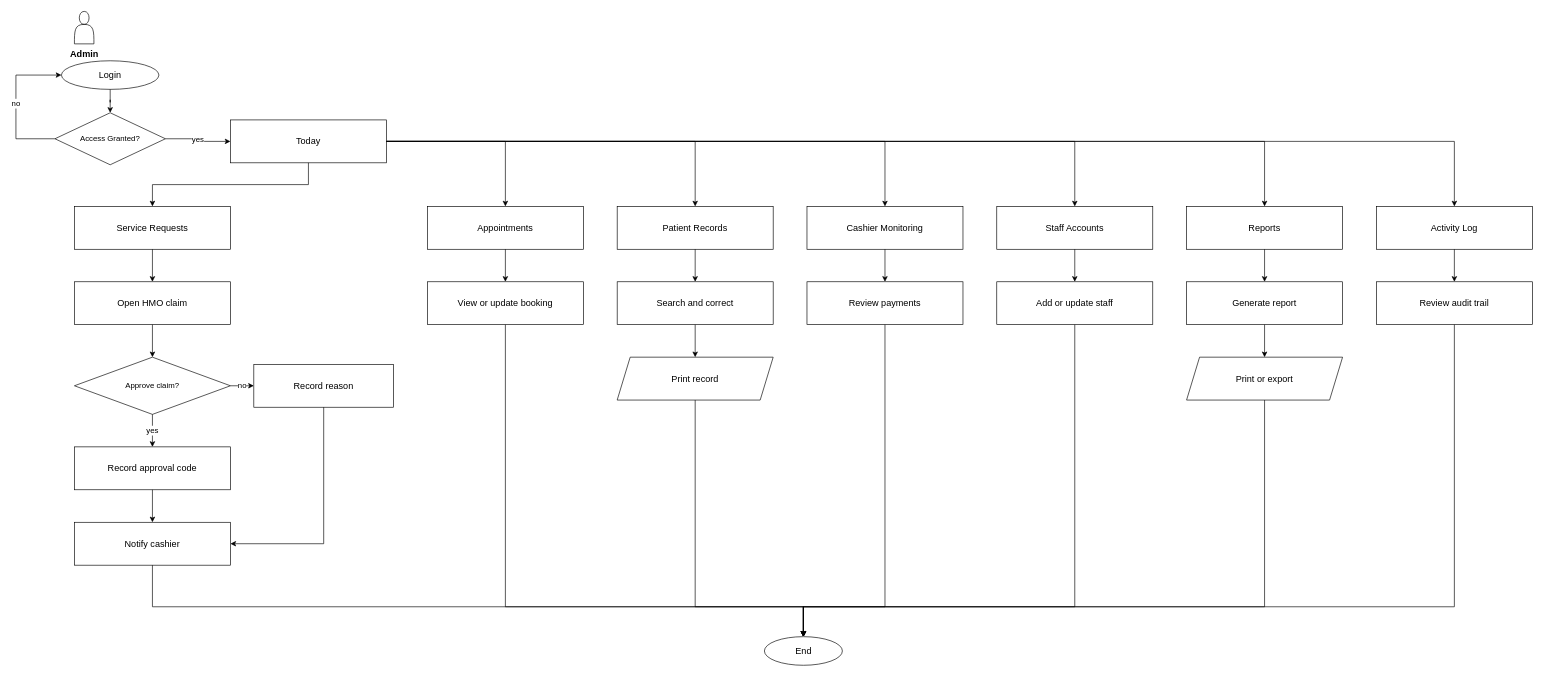
This is page "Admin" (2 of 8) of docs/diagrams/flowcharts.drawio from steven23lz/Enlogada-Clinic-Management-System, a draw.io file, before an edit. Source tidied: cells renumbered, new cells numbered last; positions are measured from the earlier drawing's top-left corner, leaving out a move shared by most shapes. Both pictures are drawn from the tidied source at 65%, with x=0, y=0 at pixel (16, 11).
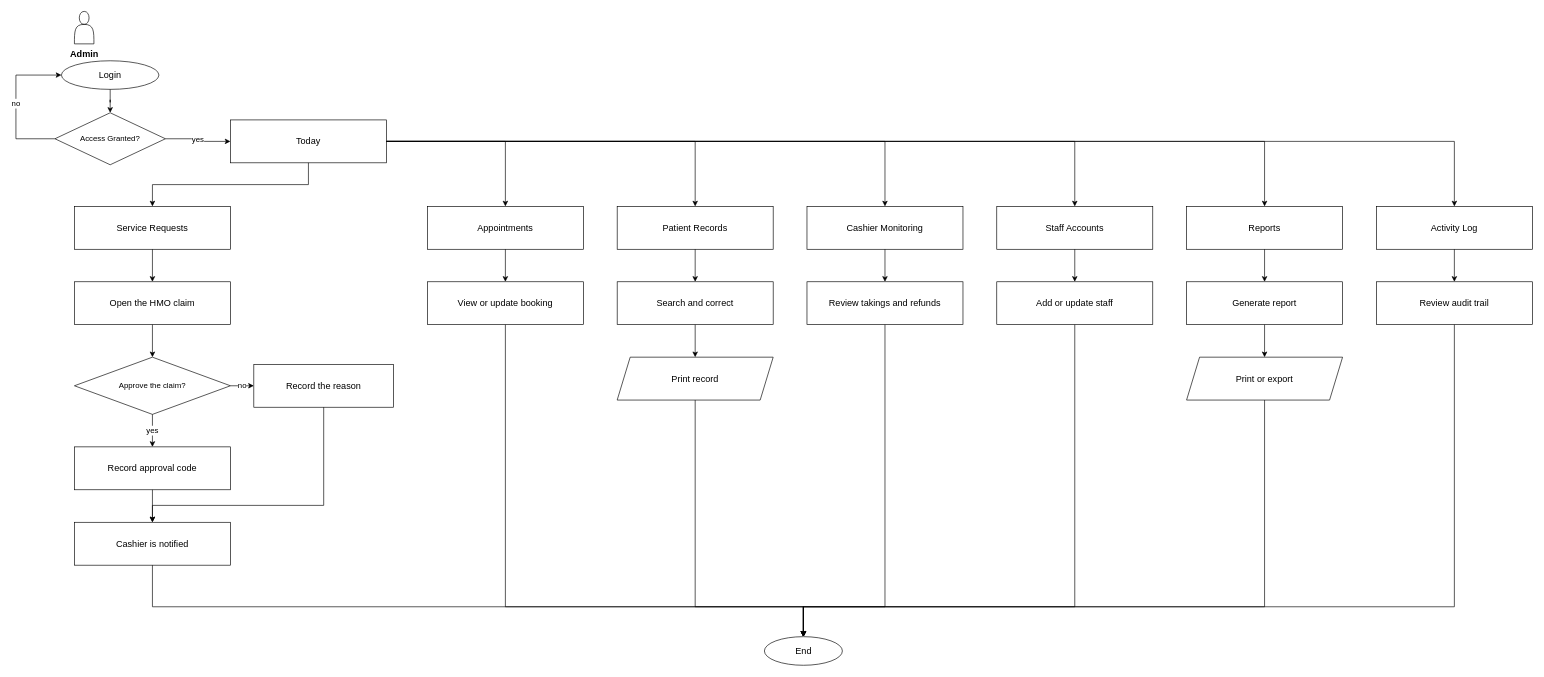
The same diagram, later.

Change to the diagram source:
```diff
@@
-    <mxCell id="10" value="Open HMO claim" style="rounded=0;whiteSpace=wrap;html=1;fontFamily=Helvetica;fontSize=14;fontColor=#000000;strokeColor=#000000;" parent="1" vertex="1">
+    <mxCell id="10" value="Open the HMO claim" style="rounded=0;whiteSpace=wrap;html=1;fontFamily=Helvetica;fontSize=14;fontColor=#000000;strokeColor=#000000;" parent="1" vertex="1">
       <mxGeometry x="90" y="416" width="240" height="66" as="geometry" />
     </mxCell>
-    <mxCell id="11" value="Approve claim?" style="rhombus;whiteSpace=wrap;html=1;fontFamily=Helvetica;fontSize=12;fontColor=#000000;strokeColor=#000000;" parent="1" vertex="1">
+    <mxCell id="11" value="Approve the claim?" style="rhombus;whiteSpace=wrap;html=1;fontFamily=Helvetica;fontSize=12;fontColor=#000000;strokeColor=#000000;" parent="1" vertex="1">
       <mxGeometry x="90" y="532" width="240" height="88" as="geometry" />
     </mxCell>
@@
-    <mxCell id="13" value="Notify cashier" style="rounded=0;whiteSpace=wrap;html=1;fontFamily=Helvetica;fontSize=14;fontColor=#000000;strokeColor=#000000;" parent="1" vertex="1">
+    <mxCell id="13" value="Cashier is notified" style="rounded=0;whiteSpace=wrap;html=1;fontFamily=Helvetica;fontSize=14;fontColor=#000000;strokeColor=#000000;" parent="1" vertex="1">
       <mxGeometry x="90" y="786" width="240" height="66" as="geometry" />
     </mxCell>
@@
-    <mxCell id="17" value="Record reason" style="rounded=0;whiteSpace=wrap;html=1;fontFamily=Helvetica;fontSize=14;fontColor=#000000;strokeColor=#000000;" parent="1" vertex="1">
+    <mxCell id="17" value="Record the reason" style="rounded=0;whiteSpace=wrap;html=1;fontFamily=Helvetica;fontSize=14;fontColor=#000000;strokeColor=#000000;" parent="1" vertex="1">
       <mxGeometry x="366" y="543" width="215" height="66" as="geometry" />
     </mxCell>
@@
-    <mxCell id="19" style="edgeStyle=orthogonalEdgeStyle;rounded=0;html=1;jettySize=auto;fontFamily=Helvetica;fontSize=12;fontColor=#000000;strokeColor=#000000;exitX=0.5;exitY=1;exitDx=0;exitDy=0;entryX=1;entryY=0.5;entryDx=0;entryDy=0;" parent="1" edge="1" source="17" target="13">
-      <mxGeometry relative="1" as="geometry" />
+    <mxCell id="19" style="edgeStyle=orthogonalEdgeStyle;rounded=0;html=1;jettySize=auto;fontFamily=Helvetica;fontSize=12;fontColor=#000000;strokeColor=#000000;exitX=0.5;exitY=1;exitDx=0;exitDy=0;entryX=0.5;entryY=0;entryDx=0;entryDy=0;" parent="1" edge="1" source="17" target="13">
+      <mxGeometry relative="1" as="geometry">
+        <Array as="points">
+          <mxPoint x="473.5" y="760" />
+          <mxPoint x="210" y="760" />
+        </Array>
+      </mxGeometry>
     </mxCell>
@@
-    <mxCell id="33" value="Review payments" style="rounded=0;whiteSpace=wrap;html=1;fontFamily=Helvetica;fontSize=14;fontColor=#000000;strokeColor=#000000;" parent="1" vertex="1">
+    <mxCell id="33" value="Review takings and refunds" style="rounded=0;whiteSpace=wrap;html=1;fontFamily=Helvetica;fontSize=14;fontColor=#000000;strokeColor=#000000;" parent="1" vertex="1">
       <mxGeometry x="1217" y="416" width="240" height="66" as="geometry" />
     </mxCell>
```
